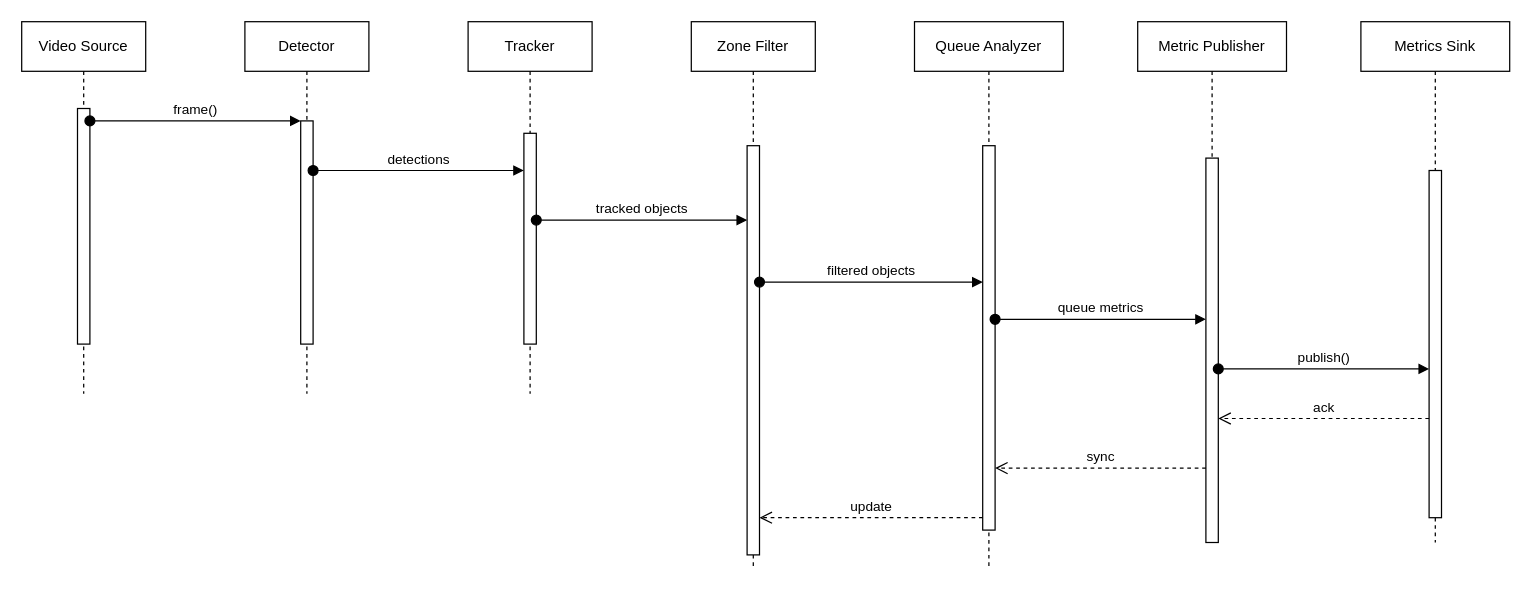
Earlier version of the draw.io diagram report-latex/figures/drawio/chapter3_sequence.drawio (Salmen-BA21/Queue-Wait-Time-Estimation). Source tidied: cells renumbered, new cells numbered last; positions are measured from the earlier drawing's top-left corner, leaving out a move shared by most shapes. Both pictures are drawn from the tidied source at 124%, with x=0, y=0 at pixel (21, 21).
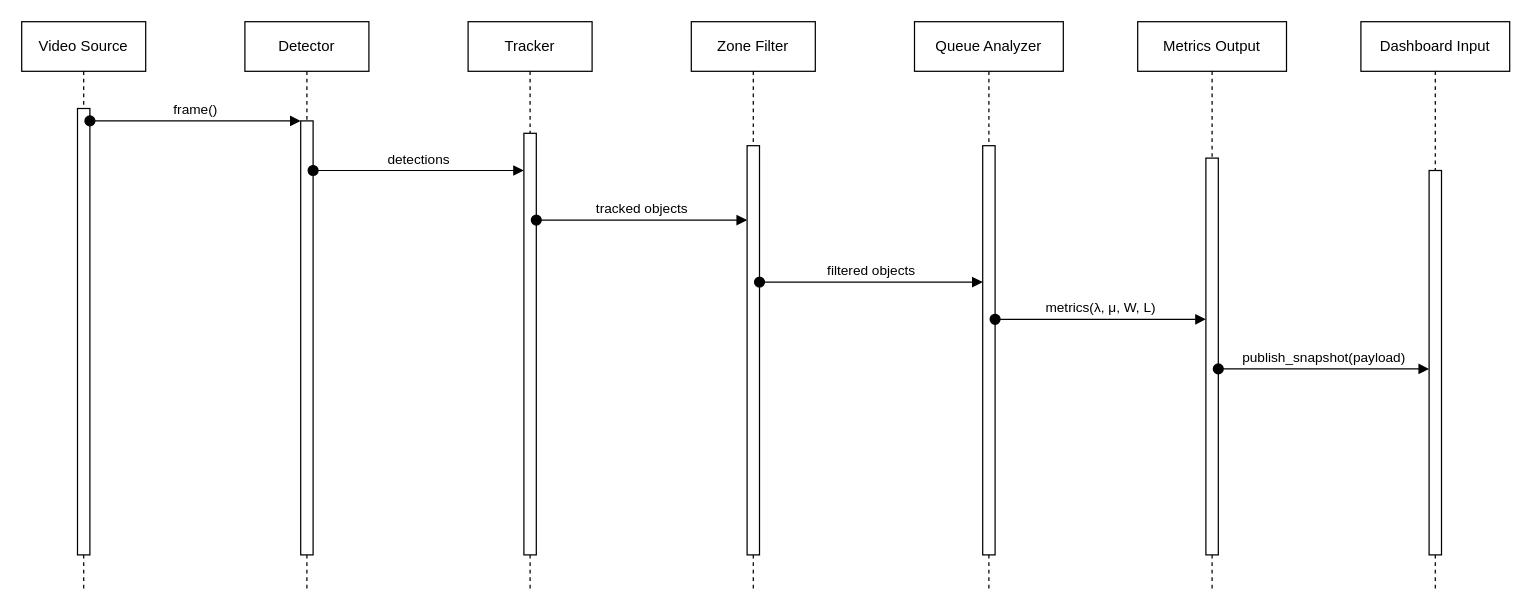
Above is the later version.

Unchanged cells that the change refers to:
```xml
<mxCell id="9" style="html=1;points=[];perimeter=orthogonalPerimeter;outlineConnect=0;targetShapes=umlLifeline;portConstraint=eastwest;newEdgeStyle={&quot;edgeStyle&quot;:&quot;elbowEdgeStyle&quot;,&quot;elbow&quot;:&quot;vertical&quot;,&quot;curved&quot;:0,&quot;rounded&quot;:0};" parent="8" vertex="1">
  <mxGeometry x="45" y="100" width="10" height="330" as="geometry" />
</mxCell>
```

Change to the diagram source:
```diff
@@
     <mxCell id="2" value="Video Source" style="shape=umlLifeline;perimeter=lifelinePerimeter;whiteSpace=wrap;html=1;newEdgeStyle={&quot;edgeStyle&quot;:&quot;elbowEdgeStyle&quot;,&quot;elbow&quot;:&quot;vertical&quot;,&quot;curved&quot;:0,&quot;rounded&quot;:0};" parent="1" vertex="1">
-      <mxGeometry width="100" height="300" as="geometry" />
+      <mxGeometry width="100" height="460" as="geometry" />
     </mxCell>
     <mxCell id="3" style="html=1;points=[];perimeter=orthogonalPerimeter;outlineConnect=0;targetShapes=umlLifeline;portConstraint=eastwest;newEdgeStyle={&quot;edgeStyle&quot;:&quot;elbowEdgeStyle&quot;,&quot;elbow&quot;:&quot;vertical&quot;,&quot;curved&quot;:0,&quot;rounded&quot;:0};" parent="2" vertex="1">
-      <mxGeometry x="45" y="70" width="10" height="190" as="geometry" />
+      <mxGeometry x="45" y="70" width="10" height="360" as="geometry" />
     </mxCell>
     <mxCell id="4" value="Detector" style="shape=umlLifeline;perimeter=lifelinePerimeter;whiteSpace=wrap;html=1;newEdgeStyle={&quot;edgeStyle&quot;:&quot;elbowEdgeStyle&quot;,&quot;elbow&quot;:&quot;vertical&quot;,&quot;curved&quot;:0,&quot;rounded&quot;:0};" parent="1" vertex="1">
-      <mxGeometry x="180" width="100" height="300" as="geometry" />
+      <mxGeometry x="180" width="100" height="460" as="geometry" />
     </mxCell>
     <mxCell id="5" style="html=1;points=[];perimeter=orthogonalPerimeter;outlineConnect=0;targetShapes=umlLifeline;portConstraint=eastwest;newEdgeStyle={&quot;edgeStyle&quot;:&quot;elbowEdgeStyle&quot;,&quot;elbow&quot;:&quot;vertical&quot;,&quot;curved&quot;:0,&quot;rounded&quot;:0};" parent="4" vertex="1">
-      <mxGeometry x="45" y="80" width="10" height="180" as="geometry" />
+      <mxGeometry x="45" y="80" width="10" height="350" as="geometry" />
     </mxCell>
     <mxCell id="6" value="Tracker" style="shape=umlLifeline;perimeter=lifelinePerimeter;whiteSpace=wrap;html=1;newEdgeStyle={&quot;edgeStyle&quot;:&quot;elbowEdgeStyle&quot;,&quot;elbow&quot;:&quot;vertical&quot;,&quot;curved&quot;:0,&quot;rounded&quot;:0};" parent="1" vertex="1">
-      <mxGeometry x="360" width="100" height="300" as="geometry" />
+      <mxGeometry x="360" width="100" height="460" as="geometry" />
     </mxCell>
     <mxCell id="7" style="html=1;points=[];perimeter=orthogonalPerimeter;outlineConnect=0;targetShapes=umlLifeline;portConstraint=eastwest;newEdgeStyle={&quot;edgeStyle&quot;:&quot;elbowEdgeStyle&quot;,&quot;elbow&quot;:&quot;vertical&quot;,&quot;curved&quot;:0,&quot;rounded&quot;:0};" parent="6" vertex="1">
-      <mxGeometry x="45" y="90" width="10" height="170" as="geometry" />
+      <mxGeometry x="45" y="90" width="10" height="340" as="geometry" />
     </mxCell>
     <mxCell id="8" value="Zone Filter" style="shape=umlLifeline;perimeter=lifelinePerimeter;whiteSpace=wrap;html=1;newEdgeStyle={&quot;edgeStyle&quot;:&quot;elbowEdgeStyle&quot;,&quot;elbow&quot;:&quot;vertical&quot;,&quot;curved&quot;:0,&quot;rounded&quot;:0};" parent="1" vertex="1">
-      <mxGeometry x="540" width="100" height="440" as="geometry" />
+      <mxGeometry x="540" width="100" height="460" as="geometry" />
     </mxCell>
@@
     <mxCell id="10" value="Queue Analyzer" style="shape=umlLifeline;perimeter=lifelinePerimeter;whiteSpace=wrap;html=1;newEdgeStyle={&quot;edgeStyle&quot;:&quot;elbowEdgeStyle&quot;,&quot;elbow&quot;:&quot;vertical&quot;,&quot;curved&quot;:0,&quot;rounded&quot;:0};" parent="1" vertex="1">
-      <mxGeometry x="720" width="120" height="440" as="geometry" />
+      <mxGeometry x="720" width="120" height="460" as="geometry" />
     </mxCell>
     <mxCell id="11" style="html=1;points=[];perimeter=orthogonalPerimeter;outlineConnect=0;targetShapes=umlLifeline;portConstraint=eastwest;newEdgeStyle={&quot;edgeStyle&quot;:&quot;elbowEdgeStyle&quot;,&quot;elbow&quot;:&quot;vertical&quot;,&quot;curved&quot;:0,&quot;rounded&quot;:0};" parent="10" vertex="1">
-      <mxGeometry x="55" y="100" width="10" height="310" as="geometry" />
+      <mxGeometry x="55" y="100" width="10" height="330" as="geometry" />
     </mxCell>
-    <mxCell id="12" value="Metric Publisher" style="shape=umlLifeline;perimeter=lifelinePerimeter;whiteSpace=wrap;html=1;newEdgeStyle={&quot;edgeStyle&quot;:&quot;elbowEdgeStyle&quot;,&quot;elbow&quot;:&quot;vertical&quot;,&quot;curved&quot;:0,&quot;rounded&quot;:0};" parent="1" vertex="1">
-      <mxGeometry x="900" width="120" height="420" as="geometry" />
+    <mxCell id="12" value="Metrics Output" style="shape=umlLifeline;perimeter=lifelinePerimeter;whiteSpace=wrap;html=1;newEdgeStyle={&quot;edgeStyle&quot;:&quot;elbowEdgeStyle&quot;,&quot;elbow&quot;:&quot;vertical&quot;,&quot;curved&quot;:0,&quot;rounded&quot;:0};" parent="1" vertex="1">
+      <mxGeometry x="900" width="120" height="460" as="geometry" />
     </mxCell>
     <mxCell id="13" style="html=1;points=[];perimeter=orthogonalPerimeter;outlineConnect=0;targetShapes=umlLifeline;portConstraint=eastwest;newEdgeStyle={&quot;edgeStyle&quot;:&quot;elbowEdgeStyle&quot;,&quot;elbow&quot;:&quot;vertical&quot;,&quot;curved&quot;:0,&quot;rounded&quot;:0};" parent="12" vertex="1">
-      <mxGeometry x="55" y="110" width="10" height="310" as="geometry" />
+      <mxGeometry x="55" y="110" width="10" height="320" as="geometry" />
     </mxCell>
-    <mxCell id="14" value="Metrics Sink" style="shape=umlLifeline;perimeter=lifelinePerimeter;whiteSpace=wrap;html=1;newEdgeStyle={&quot;edgeStyle&quot;:&quot;elbowEdgeStyle&quot;,&quot;elbow&quot;:&quot;vertical&quot;,&quot;curved&quot;:0,&quot;rounded&quot;:0};" parent="1" vertex="1">
-      <mxGeometry x="1080" width="120" height="420" as="geometry" />
+    <mxCell id="14" value="Dashboard Input" style="shape=umlLifeline;perimeter=lifelinePerimeter;whiteSpace=wrap;html=1;newEdgeStyle={&quot;edgeStyle&quot;:&quot;elbowEdgeStyle&quot;,&quot;elbow&quot;:&quot;vertical&quot;,&quot;curved&quot;:0,&quot;rounded&quot;:0};" parent="1" vertex="1">
+      <mxGeometry x="1080" width="120" height="460" as="geometry" />
     </mxCell>
     <mxCell id="15" style="html=1;points=[];perimeter=orthogonalPerimeter;outlineConnect=0;targetShapes=umlLifeline;portConstraint=eastwest;newEdgeStyle={&quot;edgeStyle&quot;:&quot;elbowEdgeStyle&quot;,&quot;elbow&quot;:&quot;vertical&quot;,&quot;curved&quot;:0,&quot;rounded&quot;:0};" parent="14" vertex="1">
-      <mxGeometry x="55" y="120" width="10" height="280" as="geometry" />
+      <mxGeometry x="55" y="120" width="10" height="310" as="geometry" />
     </mxCell>
@@
-    <mxCell id="20" value="queue metrics" style="html=1;verticalAlign=bottom;startArrow=oval;endArrow=block;startSize=8;edgeStyle=elbowEdgeStyle;elbow=vertical;curved=0;rounded=0;" parent="1" edge="1" source="11" target="13">
+    <mxCell id="20" value="metrics(λ, μ, W, L)" style="html=1;verticalAlign=bottom;startArrow=oval;endArrow=block;startSize=8;edgeStyle=elbowEdgeStyle;elbow=vertical;curved=0;rounded=0;" parent="1" edge="1" source="11" target="13">
       <mxGeometry relative="1" as="geometry">
         <Array as="points">
           <mxPoint x="860" y="240" />
         </Array>
       </mxGeometry>
     </mxCell>
-    <mxCell id="21" value="publish()" style="html=1;verticalAlign=bottom;startArrow=oval;endArrow=block;startSize=8;edgeStyle=elbowEdgeStyle;elbow=vertical;curved=0;rounded=0;" parent="1" edge="1" source="13" target="15">
+    <mxCell id="21" value="publish_snapshot(payload)" style="html=1;verticalAlign=bottom;startArrow=oval;endArrow=block;startSize=8;edgeStyle=elbowEdgeStyle;elbow=vertical;curved=0;rounded=0;" parent="1" edge="1" source="13" target="15">
       <mxGeometry relative="1" as="geometry">
         <Array as="points">
           <mxPoint x="1040" y="280" />
         </Array>
       </mxGeometry>
     </mxCell>
-    <mxCell id="22" value="ack" style="html=1;verticalAlign=bottom;endArrow=open;dashed=1;endSize=8;edgeStyle=elbowEdgeStyle;elbow=vertical;curved=0;rounded=0;" parent="1" edge="1" source="15" target="13">
-      <mxGeometry relative="1" as="geometry">
-        <Array as="points">
-          <mxPoint x="1040" y="320" />
-        </Array>
-      </mxGeometry>
-    </mxCell>
-    <mxCell id="23" value="sync" style="html=1;verticalAlign=bottom;endArrow=open;dashed=1;endSize=8;edgeStyle=elbowEdgeStyle;elbow=vertical;curved=0;rounded=0;" parent="1" edge="1" source="13" target="11">
-      <mxGeometry relative="1" as="geometry">
-        <Array as="points">
-          <mxPoint x="860" y="360" />
-        </Array>
-      </mxGeometry>
-    </mxCell>
-    <mxCell id="24" value="update" style="html=1;verticalAlign=bottom;endArrow=open;dashed=1;endSize=8;edgeStyle=elbowEdgeStyle;elbow=vertical;curved=0;rounded=0;" parent="1" edge="1" source="11" target="9">
-      <mxGeometry relative="1" as="geometry">
-        <Array as="points">
-          <mxPoint x="680" y="400" />
-        </Array>
-      </mxGeometry>
-    </mxCell>
```
